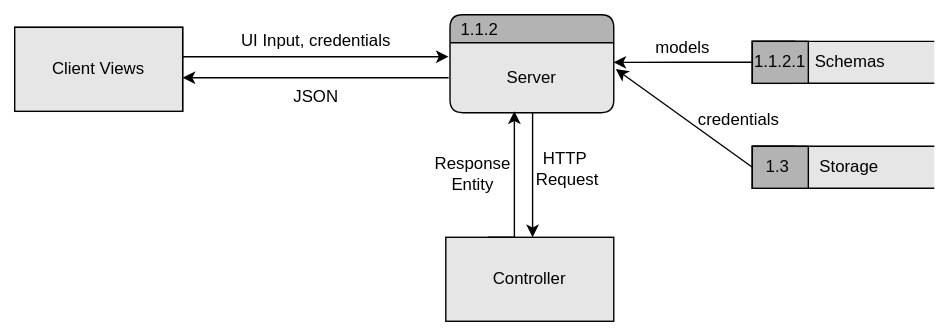
Before: TeamThreeFiles/1.1.2 Server DFD.drawio.svg, a diagram exported from draw.io (MckennahPalmer/CSE430). Source tidied: cells renumbered, new cells last; positions are measured from the earlier drawing's top-left corner, leaving out a move shared by most shapes.
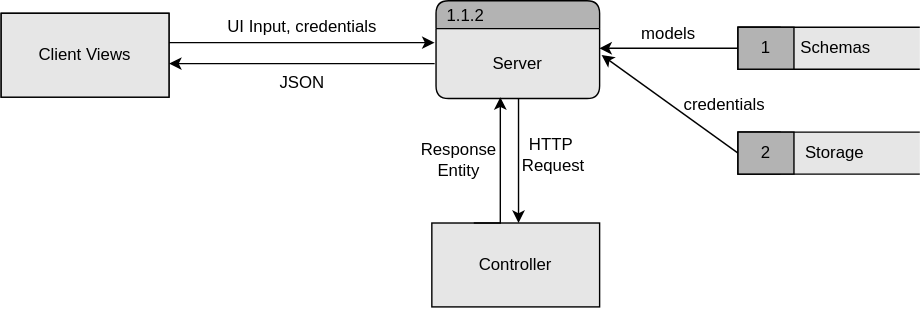
The same diagram one commit later.

Diff of the diagram source:
```diff
@@ -70,7 +70,7 @@
     <mxCell id="20" style="rounded=0;whiteSpace=wrap;html=1;strokeColor=default;align=center;verticalAlign=middle;fontFamily=Helvetica;fontSize=12;fontColor=default;startSize=20;fillColor=#B3B3B3;" parent="18" vertex="1">
       <mxGeometry width="40" height="30" as="geometry" />
     </mxCell>
-    <mxCell id="21" value="1.1.2.1" style="text;html=1;strokeColor=none;fillColor=none;align=center;verticalAlign=middle;whiteSpace=wrap;rounded=0;fontSize=12;fontFamily=Helvetica;fontColor=default;" parent="18" vertex="1">
+    <mxCell id="21" value="1" style="text;html=1;strokeColor=none;fillColor=none;align=center;verticalAlign=middle;whiteSpace=wrap;rounded=0;fontSize=12;fontFamily=Helvetica;fontColor=default;" parent="18" vertex="1">
       <mxGeometry width="40" height="30" as="geometry" />
     </mxCell>
     <mxCell id="22" value="Schemas" style="text;html=1;strokeColor=none;fillColor=none;align=left;verticalAlign=middle;whiteSpace=wrap;rounded=0;fontSize=12;fontFamily=Helvetica;fontColor=default;" parent="18" vertex="1">
@@ -85,7 +85,7 @@
     <mxCell id="25" style="rounded=0;whiteSpace=wrap;html=1;strokeColor=default;align=center;verticalAlign=middle;fontFamily=Helvetica;fontSize=12;fontColor=default;startSize=20;fillColor=#B3B3B3;" parent="23" vertex="1">
       <mxGeometry width="40" height="30" as="geometry" />
     </mxCell>
-    <mxCell id="26" value="1.3&amp;nbsp;" style="text;html=1;strokeColor=none;fillColor=none;align=center;verticalAlign=middle;whiteSpace=wrap;rounded=0;fontSize=12;fontFamily=Helvetica;fontColor=default;" parent="23" vertex="1">
+    <mxCell id="26" value="2" style="text;html=1;strokeColor=none;fillColor=none;align=center;verticalAlign=middle;whiteSpace=wrap;rounded=0;fontSize=12;fontFamily=Helvetica;fontColor=default;" parent="23" vertex="1">
       <mxGeometry width="40" height="30" as="geometry" />
     </mxCell>
     <mxCell id="27" value="models" style="text;html=1;align=center;verticalAlign=middle;strokeColor=none;fillColor=none;" parent="1" vertex="1">
```
